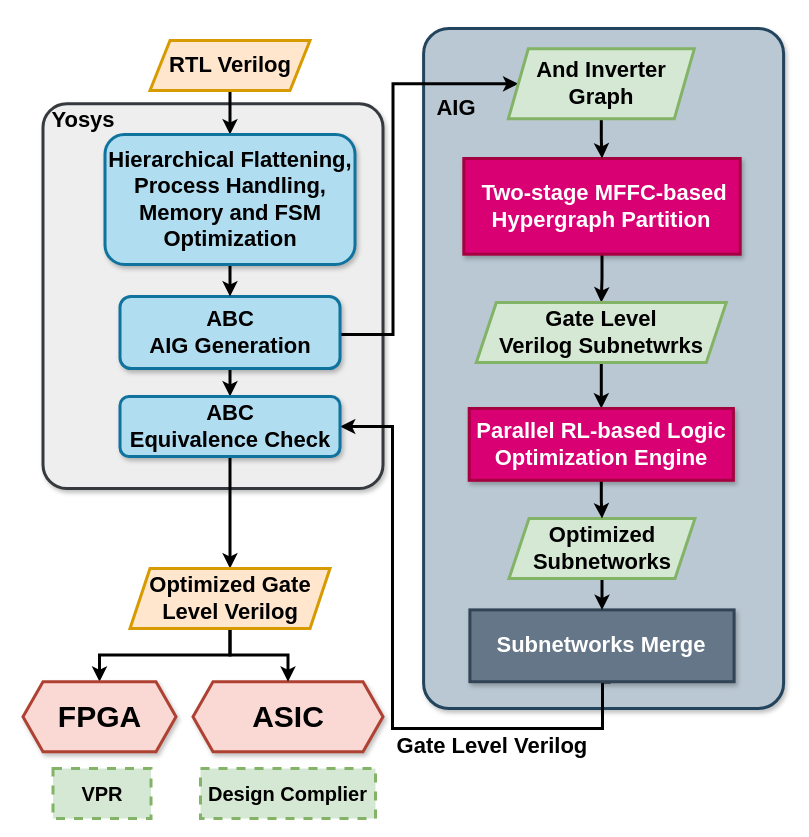
kxzhu0505/LogicSynOpt keeps this draw.io diagram as experimentFlow.drawio. Above is the earlier version. Source tidied: cells renumbered, new cells numbered last; positions are measured from the earlier drawing's top-left corner, leaving out a move shared by most shapes. Both pictures are drawn from the tidied source at 100%, with x=0, y=0 at pixel (22, 28).
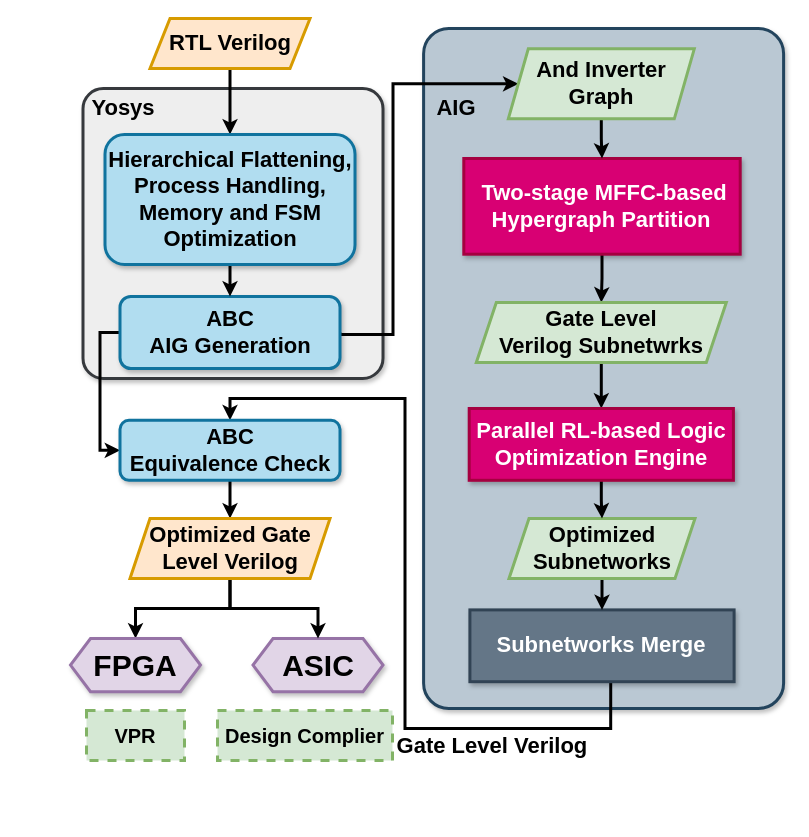
Above is the later version.

Unchanged cells that the change refers to:
```xml
<mxCell id="12" value="&lt;b style=&quot;&quot;&gt;&lt;font style=&quot;font-size: 22px;&quot;&gt;Subnetworks Merge&lt;/font&gt;&lt;/b&gt;" style="rounded=0;whiteSpace=wrap;html=1;fillColor=#647687;fontColor=#ffffff;strokeColor=#314354;strokeWidth=3;shadow=1;" parent="1" vertex="1">
  <mxGeometry x="447.4" y="581.4" width="264.2" height="71.8" as="geometry" />
</mxCell>
<mxCell id="22" value="&lt;div&gt;&lt;font style=&quot;font-size: 22px;&quot;&gt;&lt;b&gt;ABC&lt;/b&gt;&lt;/font&gt;&lt;/div&gt;&lt;font style=&quot;font-size: 22px;&quot;&gt;&lt;b&gt;AIG Generation&lt;/b&gt;&lt;/font&gt;" style="rounded=1;whiteSpace=wrap;html=1;fillColor=#b1ddf0;strokeColor=#10739e;strokeWidth=3;shadow=1;" parent="1" vertex="1">
  <mxGeometry x="97.5" y="268" width="220" height="72" as="geometry" />
</mxCell>
```

The edit, as a diff of the source:
```diff
@@
-    <mxCell id="3" value="&lt;font face=&quot;Helvetica&quot; size=&quot;1&quot;&gt;&lt;b style=&quot;font-size: 30px;&quot;&gt;ASIC&lt;/b&gt;&lt;/font&gt;" style="shape=hexagon;perimeter=hexagonPerimeter2;whiteSpace=wrap;html=1;fixedSize=1;strokeColor=#ae4132;fillColor=#fad9d5;strokeWidth=3;shadow=1;" parent="1" vertex="1">
-      <mxGeometry x="170.5" y="653.2" width="190" height="70" as="geometry" />
+    <mxCell id="3" value="&lt;font face=&quot;Helvetica&quot; size=&quot;1&quot;&gt;&lt;b style=&quot;font-size: 30px;&quot;&gt;ASIC&lt;/b&gt;&lt;/font&gt;" style="shape=hexagon;perimeter=hexagonPerimeter2;whiteSpace=wrap;html=1;fixedSize=1;strokeColor=#9673a6;fillColor=#e1d5e7;strokeWidth=3;shadow=1;" parent="1" vertex="1">
+      <mxGeometry x="230.5" y="610" width="130" height="53.2" as="geometry" />
     </mxCell>
     <mxCell id="4" value="&lt;b style=&quot;&quot;&gt;&lt;font style=&quot;font-size: 20px;&quot;&gt;Design Complier&lt;/font&gt;&lt;/b&gt;" style="rounded=0;whiteSpace=wrap;html=1;dashed=1;perimeterSpacing=3;strokeWidth=3;fillColor=#d5e8d4;strokeColor=#82b366;" parent="1" vertex="1">
-      <mxGeometry x="178" y="740" width="175" height="50" as="geometry" />
+      <mxGeometry x="195" y="682" width="175" height="50" as="geometry" />
     </mxCell>
     <mxCell id="5" style="rounded=1;whiteSpace=wrap;html=1;fillColor=#eeeeee;strokeColor=#36393d;strokeWidth=3;shadow=1;arcSize=7;" parent="1" vertex="1">
-      <mxGeometry x="20.5" y="75.3" width="340" height="384.7" as="geometry" />
+      <mxGeometry x="60.5" y="60" width="300" height="290" as="geometry" />
     </mxCell>
@@
-    <mxCell id="7" style="endArrow=classic;html=1;rounded=0;strokeWidth=3;edgeStyle=orthogonalEdgeStyle;exitX=0.533;exitY=1.005;exitDx=0;exitDy=0;exitPerimeter=0;entryX=1;entryY=0.5;entryDx=0;entryDy=0;" parent="1" edge="1" source="12" target="25">
+    <mxCell id="7" style="endArrow=classic;html=1;rounded=0;strokeWidth=3;edgeStyle=orthogonalEdgeStyle;exitX=0.533;exitY=1.005;exitDx=0;exitDy=0;exitPerimeter=0;entryX=0.5;entryY=0;entryDx=0;entryDy=0;" parent="1" edge="1" source="12" target="25">
       <mxGeometry relative="1" as="geometry">
         <Array as="points">
-          <mxPoint x="580" y="654" />
-          <mxPoint x="580" y="700" />
-          <mxPoint x="370" y="700" />
-          <mxPoint x="370" y="398" />
+          <mxPoint x="588.5" y="700" />
+          <mxPoint x="382.5" y="700" />
+          <mxPoint x="382.5" y="370" />
+          <mxPoint x="207.5" y="370" />
         </Array>
       </mxGeometry>
     </mxCell>
@@
     <mxCell id="10" value="&lt;b style=&quot;&quot;&gt;&lt;font style=&quot;font-size: 22px;&quot;&gt;RTL Verilog&lt;/font&gt;&lt;/b&gt;" style="shape=parallelogram;perimeter=parallelogramPerimeter;whiteSpace=wrap;html=1;fixedSize=1;fillColor=#ffe6cc;strokeColor=#d79b00;strokeWidth=3;" parent="1" vertex="1">
-      <mxGeometry x="127.5" y="12" width="160" height="50" as="geometry" />
+      <mxGeometry x="127.5" y="-10" width="160" height="50" as="geometry" />
     </mxCell>
     <mxCell id="11" value="&lt;font style=&quot;font-size: 22px;&quot;&gt;&lt;b&gt;Yosys&lt;/b&gt;&lt;/font&gt;" style="text;html=1;align=center;verticalAlign=middle;whiteSpace=wrap;rounded=0;" parent="1" vertex="1">
-      <mxGeometry x="30.5" y="77" width="60" height="30" as="geometry" />
+      <mxGeometry x="70.5" y="64.9" width="60" height="30" as="geometry" />
     </mxCell>
@@
-    <mxCell id="21" style="edgeStyle=orthogonalEdgeStyle;rounded=0;jettySize=auto;html=1;entryX=0.5;entryY=0;entryDx=0;entryDy=0;strokeWidth=3;" parent="1" edge="1" source="22" target="25">
-      <mxGeometry relative="1" as="geometry" />
+    <mxCell id="21" style="edgeStyle=orthogonalEdgeStyle;rounded=0;jettySize=auto;html=1;entryX=0;entryY=0.5;entryDx=0;entryDy=0;strokeWidth=3;" parent="1" edge="1" source="22" target="25">
+      <mxGeometry relative="1" as="geometry">
+        <Array as="points">
+          <mxPoint x="77.5" y="304" />
+          <mxPoint x="77.5" y="422" />
+        </Array>
+      </mxGeometry>
     </mxCell>
@@
     <mxCell id="25" value="&lt;font style=&quot;font-size: 22px;&quot;&gt;&lt;b&gt;ABC&lt;/b&gt;&lt;/font&gt;&lt;div&gt;&lt;span style=&quot;font-size: 22px;&quot;&gt;&lt;b&gt;Equivalence Check&lt;/b&gt;&lt;/span&gt;&lt;/div&gt;" style="rounded=1;whiteSpace=wrap;html=1;fillColor=#b1ddf0;strokeColor=#10739e;strokeWidth=3;shadow=1;" parent="1" vertex="1">
-      <mxGeometry x="97.5" y="368" width="220" height="60" as="geometry" />
+      <mxGeometry x="97.5" y="391.8" width="220" height="60" as="geometry" />
     </mxCell>
@@
     <mxCell id="28" value="&lt;b style=&quot;&quot;&gt;&lt;font style=&quot;font-size: 22px;&quot;&gt;Optimized Gate Level Verilog&lt;/font&gt;&lt;/b&gt;" style="shape=parallelogram;perimeter=parallelogramPerimeter;whiteSpace=wrap;html=1;fixedSize=1;fillColor=#ffe6cc;strokeColor=#d79b00;strokeWidth=3;" parent="1" vertex="1">
-      <mxGeometry x="107.5" y="540" width="200" height="60" as="geometry" />
+      <mxGeometry x="107.5" y="490" width="200" height="60" as="geometry" />
     </mxCell>
-    <mxCell id="29" value="&lt;span style=&quot;font-size: 30px;&quot;&gt;&lt;b&gt;FPGA&lt;/b&gt;&lt;/span&gt;" style="shape=hexagon;perimeter=hexagonPerimeter2;whiteSpace=wrap;html=1;fixedSize=1;strokeColor=#ae4132;fillColor=#fad9d5;strokeWidth=3;shadow=1;" parent="1" vertex="1">
-      <mxGeometry x="0.5" y="653.2" width="153" height="70" as="geometry" />
+    <mxCell id="29" value="&lt;span style=&quot;font-size: 30px;&quot;&gt;&lt;b&gt;FPGA&lt;/b&gt;&lt;/span&gt;" style="shape=hexagon;perimeter=hexagonPerimeter2;whiteSpace=wrap;html=1;fixedSize=1;strokeColor=#9673a6;fillColor=#e1d5e7;strokeWidth=3;shadow=1;" parent="1" vertex="1">
+      <mxGeometry x="48" y="610" width="130" height="53.2" as="geometry" />
     </mxCell>
@@
     <mxCell id="32" value="&lt;font size=&quot;1&quot; style=&quot;&quot;&gt;&lt;b style=&quot;font-size: 20px;&quot;&gt;VPR&lt;/b&gt;&lt;/font&gt;" style="rounded=0;whiteSpace=wrap;html=1;dashed=1;perimeterSpacing=3;strokeWidth=3;fillColor=#d5e8d4;strokeColor=#82b366;" parent="1" vertex="1">
-      <mxGeometry x="30.5" y="740" width="98" height="50" as="geometry" />
+      <mxGeometry x="64" y="682" width="98" height="50" as="geometry" />
     </mxCell>
```
